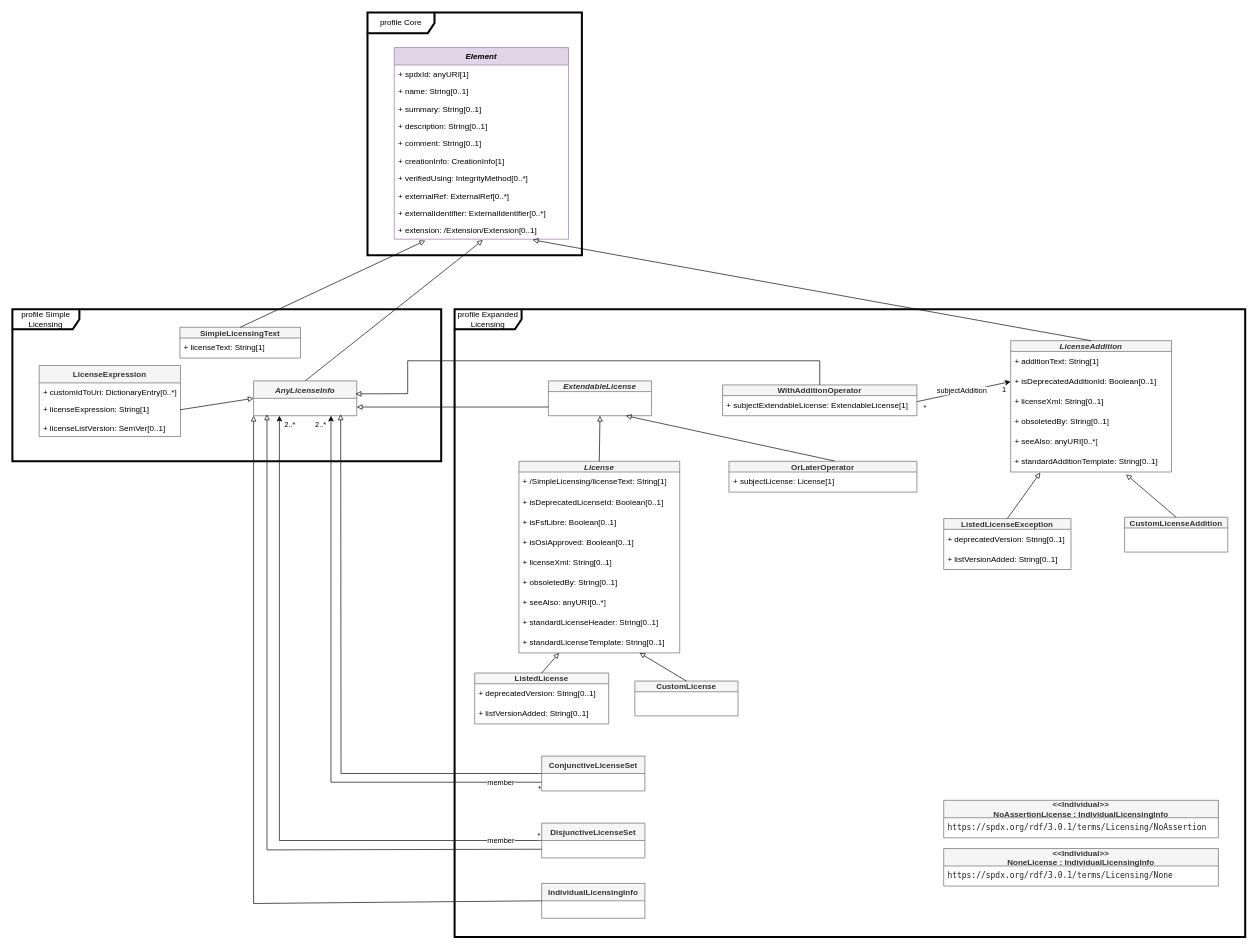
spdx/spdx-3-model keeps this draw.io diagram as page "Licensing" (5 of 11) of model.drawio. Above is the earlier version. Source tidied: cells renumbered, new cells numbered last; positions are measured from the earlier drawing's top-left corner, leaving out a move shared by most shapes. Both pictures are drawn from the tidied source at 67%, with x=0, y=0 at pixel (12, 12).
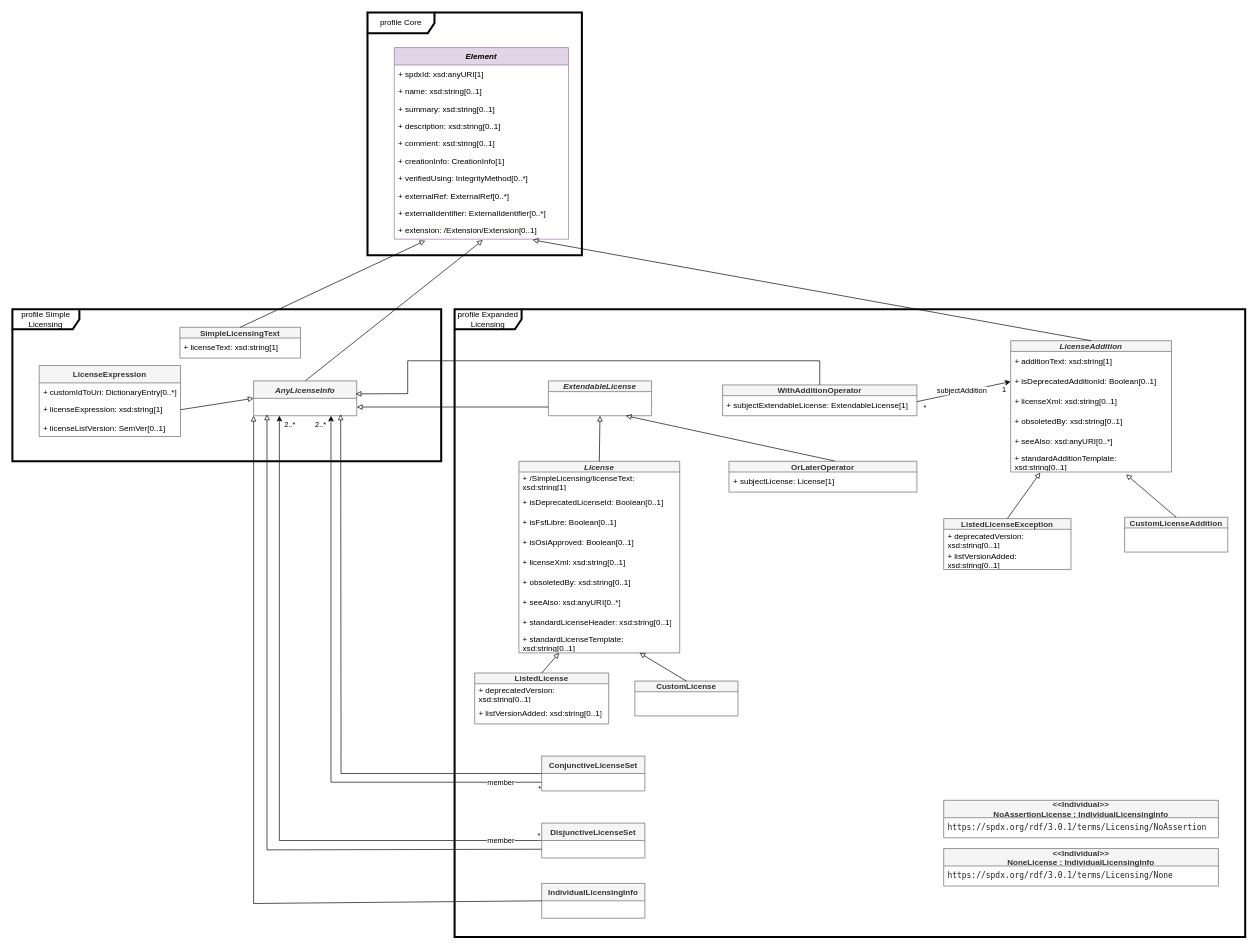
Above is the later version.

Commit message (it also covers changes not shown here):
DateTime: String -> DateTime: xsd:dateTimeStamp

Also fix casing and add prefix for XML Schema Datatypes

The change refers to these unchanged cells:
```xml
<mxCell id="10" value="Element" style="swimlane;fontStyle=3;horizontal=1;startSize=26;fillColor=#e1d5e7;strokeColor=#9673a6;" parent="1" vertex="1">
  <mxGeometry x="570" y="52.5" width="260" height="286" as="geometry" />
</mxCell>
<mxCell id="23" value="LicenseExpression" style="swimlane;fontStyle=1;horizontal=1;startSize=26;fillColor=#f5f5f5;strokeColor=#666666;fontColor=#333333;" parent="1" vertex="1">
  <mxGeometry x="40" y="527" width="210.9" height="106" as="geometry" />
</mxCell>
<mxCell id="34" value="License" style="swimlane;fontStyle=3;horizontal=1;startSize=16;fillColor=#f5f5f5;strokeColor=#666666;fontColor=#333333;" parent="1" vertex="1">
  <mxGeometry x="756" y="670" width="240" height="286" as="geometry" />
</mxCell>
<mxCell id="48" value="LicenseAddition" style="swimlane;fontStyle=3;horizontal=1;startSize=16;fillColor=#f5f5f5;strokeColor=#666666;fontColor=#333333;" parent="1" vertex="1">
  <mxGeometry x="1490" y="490" width="240" height="196" as="geometry" />
</mxCell>
<mxCell id="58" value="ListedLicense" style="swimlane;fontStyle=1;horizontal=1;startSize=16;fillColor=#f5f5f5;strokeColor=#666666;fontColor=#333333;" parent="1" vertex="1">
  <mxGeometry x="690" y="986" width="200" height="76" as="geometry" />
</mxCell>
<mxCell id="62" value="ListedLicenseException" style="swimlane;fontStyle=1;horizontal=1;startSize=16;fillColor=#f5f5f5;strokeColor=#666666;fontColor=#333333;" parent="1" vertex="1">
  <mxGeometry x="1390" y="755.5" width="190" height="76" as="geometry" />
</mxCell>
<mxCell id="78" value="SimpleLicensingText" style="swimlane;fontStyle=1;horizontal=1;startSize=16;fillColor=#f5f5f5;strokeColor=#666666;fontColor=#333333;" parent="1" vertex="1">
  <mxGeometry x="250" y="470" width="180" height="46" as="geometry" />
</mxCell>
```

The edit, as a diff of the source:
```diff
@@
-    <mxCell id="11" value="+ spdxId: anyURI[1]" style="text;strokeColor=none;fillColor=none;align=left;verticalAlign=top;spacingLeft=4;spacingRight=4;overflow=hidden;" parent="10" vertex="1">
+    <mxCell id="11" value="+ spdxId: xsd:anyURI[1]" style="text;strokeColor=none;fillColor=none;align=left;verticalAlign=top;spacingLeft=4;spacingRight=4;overflow=hidden;" parent="10" vertex="1">
       <mxGeometry y="26" width="260" height="26" as="geometry" />
     </mxCell>
-    <mxCell id="12" value="+ name: String[0..1]" style="text;strokeColor=none;fillColor=none;align=left;verticalAlign=top;spacingLeft=4;spacingRight=4;overflow=hidden;" parent="10" vertex="1">
+    <mxCell id="12" value="+ name: xsd:string[0..1]" style="text;strokeColor=none;fillColor=none;align=left;verticalAlign=top;spacingLeft=4;spacingRight=4;overflow=hidden;" parent="10" vertex="1">
       <mxGeometry y="52" width="260" height="26" as="geometry" />
     </mxCell>
-    <mxCell id="13" value="+ summary: String[0..1]" style="text;strokeColor=none;fillColor=none;align=left;verticalAlign=top;spacingLeft=4;spacingRight=4;overflow=hidden;" parent="10" vertex="1">
+    <mxCell id="13" value="+ summary: xsd:string[0..1]" style="text;strokeColor=none;fillColor=none;align=left;verticalAlign=top;spacingLeft=4;spacingRight=4;overflow=hidden;" parent="10" vertex="1">
       <mxGeometry y="78" width="260" height="26" as="geometry" />
     </mxCell>
-    <mxCell id="14" value="+ description: String[0..1]" style="text;strokeColor=none;fillColor=none;align=left;verticalAlign=top;spacingLeft=4;spacingRight=4;overflow=hidden;" parent="10" vertex="1">
+    <mxCell id="14" value="+ description: xsd:string[0..1]" style="text;strokeColor=none;fillColor=none;align=left;verticalAlign=top;spacingLeft=4;spacingRight=4;overflow=hidden;" parent="10" vertex="1">
       <mxGeometry y="104" width="260" height="26" as="geometry" />
     </mxCell>
-    <mxCell id="15" value="+ comment: String[0..1]" style="text;strokeColor=none;fillColor=none;align=left;verticalAlign=top;spacingLeft=4;spacingRight=4;overflow=hidden;" parent="10" vertex="1">
+    <mxCell id="15" value="+ comment: xsd:string[0..1]" style="text;strokeColor=none;fillColor=none;align=left;verticalAlign=top;spacingLeft=4;spacingRight=4;overflow=hidden;" parent="10" vertex="1">
       <mxGeometry y="130" width="260" height="26" as="geometry" />
     </mxCell>
@@
-    <mxCell id="25" value="+ licenseExpression: String[1]" style="text;strokeColor=none;fillColor=none;align=left;verticalAlign=top;spacingLeft=4;spacingRight=4;overflow=hidden;points=[[0,0.5],[1,0.5]];portConstraint=eastwest;" parent="23" vertex="1">
+    <mxCell id="25" value="+ licenseExpression: xsd:string[1]" style="text;strokeColor=none;fillColor=none;align=left;verticalAlign=top;spacingLeft=4;spacingRight=4;overflow=hidden;points=[[0,0.5],[1,0.5]];portConstraint=eastwest;" parent="23" vertex="1">
       <mxGeometry y="52" width="210.9" height="28" as="geometry" />
     </mxCell>
@@
-    <mxCell id="35" value="+ /SimpleLicensing/licenseText: String[1]" style="text;strokeColor=none;fillColor=none;align=left;verticalAlign=middle;spacingLeft=4;spacingRight=4;overflow=hidden;whiteSpace=wrap;html=1;" parent="34" vertex="1">
+    <mxCell id="35" value="+ /SimpleLicensing/licenseText: xsd:string[1]" style="text;strokeColor=none;fillColor=none;align=left;verticalAlign=middle;spacingLeft=4;spacingRight=4;overflow=hidden;whiteSpace=wrap;html=1;" parent="34" vertex="1">
       <mxGeometry y="16" width="240" height="30" as="geometry" />
     </mxCell>
@@
-    <mxCell id="39" value="+ licenseXml: String[0..1]" style="text;strokeColor=none;fillColor=none;align=left;verticalAlign=middle;spacingLeft=4;spacingRight=4;overflow=hidden;whiteSpace=wrap;html=1;" parent="34" vertex="1">
+    <mxCell id="39" value="+ licenseXml: xsd:string[0..1]" style="text;strokeColor=none;fillColor=none;align=left;verticalAlign=middle;spacingLeft=4;spacingRight=4;overflow=hidden;whiteSpace=wrap;html=1;" parent="34" vertex="1">
       <mxGeometry y="136" width="240" height="30" as="geometry" />
     </mxCell>
-    <mxCell id="40" value="+ obsoletedBy: String[0..1]" style="text;strokeColor=none;fillColor=none;align=left;verticalAlign=middle;spacingLeft=4;spacingRight=4;overflow=hidden;whiteSpace=wrap;html=1;" parent="34" vertex="1">
+    <mxCell id="40" value="+ obsoletedBy: xsd:string[0..1]" style="text;strokeColor=none;fillColor=none;align=left;verticalAlign=middle;spacingLeft=4;spacingRight=4;overflow=hidden;whiteSpace=wrap;html=1;" parent="34" vertex="1">
       <mxGeometry y="166" width="240" height="30" as="geometry" />
     </mxCell>
-    <mxCell id="41" value="+ seeAlso: anyURI[0..*]" style="text;strokeColor=none;fillColor=none;align=left;verticalAlign=middle;spacingLeft=4;spacingRight=4;overflow=hidden;whiteSpace=wrap;html=1;" parent="34" vertex="1">
+    <mxCell id="41" value="+ seeAlso: xsd:anyURI[0..*]" style="text;strokeColor=none;fillColor=none;align=left;verticalAlign=middle;spacingLeft=4;spacingRight=4;overflow=hidden;whiteSpace=wrap;html=1;" parent="34" vertex="1">
       <mxGeometry y="196" width="240" height="30" as="geometry" />
     </mxCell>
-    <mxCell id="42" value="+ standardLicenseHeader: String[0..1]" style="text;strokeColor=none;fillColor=none;align=left;verticalAlign=middle;spacingLeft=4;spacingRight=4;overflow=hidden;whiteSpace=wrap;html=1;" parent="34" vertex="1">
+    <mxCell id="42" value="+ standardLicenseHeader: xsd:string[0..1]" style="text;strokeColor=none;fillColor=none;align=left;verticalAlign=middle;spacingLeft=4;spacingRight=4;overflow=hidden;whiteSpace=wrap;html=1;" parent="34" vertex="1">
       <mxGeometry y="226" width="240" height="30" as="geometry" />
     </mxCell>
-    <mxCell id="43" value="+ standardLicenseTemplate: String[0..1]" style="text;strokeColor=none;fillColor=none;align=left;verticalAlign=middle;spacingLeft=4;spacingRight=4;overflow=hidden;whiteSpace=wrap;html=1;" parent="34" vertex="1">
+    <mxCell id="43" value="+ standardLicenseTemplate: xsd:string[0..1]" style="text;strokeColor=none;fillColor=none;align=left;verticalAlign=middle;spacingLeft=4;spacingRight=4;overflow=hidden;whiteSpace=wrap;html=1;" parent="34" vertex="1">
       <mxGeometry y="256" width="240" height="30" as="geometry" />
     </mxCell>
@@
-    <mxCell id="49" value="+ additionText: String[1]" style="text;strokeColor=none;fillColor=none;align=left;verticalAlign=middle;spacingLeft=4;spacingRight=4;overflow=hidden;whiteSpace=wrap;html=1;" parent="48" vertex="1">
+    <mxCell id="49" value="+ additionText: xsd:string[1]" style="text;strokeColor=none;fillColor=none;align=left;verticalAlign=middle;spacingLeft=4;spacingRight=4;overflow=hidden;whiteSpace=wrap;html=1;" parent="48" vertex="1">
       <mxGeometry y="16" width="240" height="30" as="geometry" />
     </mxCell>
@@
-    <mxCell id="51" value="+ licenseXml: String[0..1]" style="text;strokeColor=none;fillColor=none;align=left;verticalAlign=middle;spacingLeft=4;spacingRight=4;overflow=hidden;whiteSpace=wrap;html=1;" parent="48" vertex="1">
+    <mxCell id="51" value="+ licenseXml: xsd:string[0..1]" style="text;strokeColor=none;fillColor=none;align=left;verticalAlign=middle;spacingLeft=4;spacingRight=4;overflow=hidden;whiteSpace=wrap;html=1;" parent="48" vertex="1">
       <mxGeometry y="76" width="240" height="30" as="geometry" />
     </mxCell>
-    <mxCell id="52" value="+ obsoletedBy: String[0..1]" style="text;strokeColor=none;fillColor=none;align=left;verticalAlign=middle;spacingLeft=4;spacingRight=4;overflow=hidden;whiteSpace=wrap;html=1;" parent="48" vertex="1">
+    <mxCell id="52" value="+ obsoletedBy: xsd:string[0..1]" style="text;strokeColor=none;fillColor=none;align=left;verticalAlign=middle;spacingLeft=4;spacingRight=4;overflow=hidden;whiteSpace=wrap;html=1;" parent="48" vertex="1">
       <mxGeometry y="106" width="240" height="30" as="geometry" />
     </mxCell>
-    <mxCell id="53" value="+ seeAlso: anyURI[0..*]" style="text;strokeColor=none;fillColor=none;align=left;verticalAlign=middle;spacingLeft=4;spacingRight=4;overflow=hidden;whiteSpace=wrap;html=1;" parent="48" vertex="1">
+    <mxCell id="53" value="+ seeAlso: xsd:anyURI[0..*]" style="text;strokeColor=none;fillColor=none;align=left;verticalAlign=middle;spacingLeft=4;spacingRight=4;overflow=hidden;whiteSpace=wrap;html=1;" parent="48" vertex="1">
       <mxGeometry y="136" width="240" height="30" as="geometry" />
     </mxCell>
-    <mxCell id="54" value="+ standardAdditionTemplate: String[0..1]" style="text;strokeColor=none;fillColor=none;align=left;verticalAlign=middle;spacingLeft=4;spacingRight=4;overflow=hidden;points=[[0,0.5],[1,0.5]];portConstraint=eastwest;whiteSpace=wrap;html=1;" parent="48" vertex="1">
+    <mxCell id="54" value="+ standardAdditionTemplate: xsd:string[0..1]" style="text;strokeColor=none;fillColor=none;align=left;verticalAlign=middle;spacingLeft=4;spacingRight=4;overflow=hidden;points=[[0,0.5],[1,0.5]];portConstraint=eastwest;whiteSpace=wrap;html=1;" parent="48" vertex="1">
       <mxGeometry y="166" width="240" height="30" as="geometry" />
     </mxCell>
@@
-    <mxCell id="59" value="+ deprecatedVersion: String[0..1]" style="text;strokeColor=none;fillColor=none;align=left;verticalAlign=middle;spacingLeft=4;spacingRight=4;overflow=hidden;whiteSpace=wrap;html=1;" parent="58" vertex="1">
+    <mxCell id="59" value="+ deprecatedVersion: xsd:string[0..1]" style="text;strokeColor=none;fillColor=none;align=left;verticalAlign=middle;spacingLeft=4;spacingRight=4;overflow=hidden;whiteSpace=wrap;html=1;" parent="58" vertex="1">
       <mxGeometry y="16" width="200" height="30" as="geometry" />
     </mxCell>
-    <mxCell id="60" value="+ listVersionAdded: String[0..1]" style="text;strokeColor=none;fillColor=none;align=left;verticalAlign=middle;spacingLeft=4;spacingRight=4;overflow=hidden;whiteSpace=wrap;html=1;" parent="58" vertex="1">
+    <mxCell id="60" value="+ listVersionAdded: xsd:string[0..1]" style="text;strokeColor=none;fillColor=none;align=left;verticalAlign=middle;spacingLeft=4;spacingRight=4;overflow=hidden;whiteSpace=wrap;html=1;" parent="58" vertex="1">
       <mxGeometry y="46" width="200" height="30" as="geometry" />
     </mxCell>
@@
-    <mxCell id="63" value="+ deprecatedVersion: String[0..1]" style="text;strokeColor=none;fillColor=none;align=left;verticalAlign=middle;spacingLeft=4;spacingRight=4;overflow=hidden;whiteSpace=wrap;html=1;" parent="62" vertex="1">
+    <mxCell id="63" value="+ deprecatedVersion: xsd:string[0..1]" style="text;strokeColor=none;fillColor=none;align=left;verticalAlign=middle;spacingLeft=4;spacingRight=4;overflow=hidden;whiteSpace=wrap;html=1;" parent="62" vertex="1">
       <mxGeometry y="16" width="190" height="30" as="geometry" />
     </mxCell>
-    <mxCell id="64" value="+ listVersionAdded: String[0..1]" style="text;strokeColor=none;fillColor=none;align=left;verticalAlign=middle;spacingLeft=4;spacingRight=4;overflow=hidden;whiteSpace=wrap;html=1;" parent="62" vertex="1">
+    <mxCell id="64" value="+ listVersionAdded: xsd:string[0..1]" style="text;strokeColor=none;fillColor=none;align=left;verticalAlign=middle;spacingLeft=4;spacingRight=4;overflow=hidden;whiteSpace=wrap;html=1;" parent="62" vertex="1">
       <mxGeometry y="46" width="190" height="30" as="geometry" />
     </mxCell>
@@
-    <mxCell id="79" value="+ licenseText: String[1]" style="text;strokeColor=none;fillColor=none;align=left;verticalAlign=middle;spacingLeft=4;spacingRight=4;overflow=hidden;whiteSpace=wrap;html=1;" parent="78" vertex="1">
+    <mxCell id="79" value="+ licenseText: xsd:string[1]" style="text;strokeColor=none;fillColor=none;align=left;verticalAlign=middle;spacingLeft=4;spacingRight=4;overflow=hidden;whiteSpace=wrap;html=1;" parent="78" vertex="1">
       <mxGeometry y="16" width="180" height="30" as="geometry" />
     </mxCell>
```
